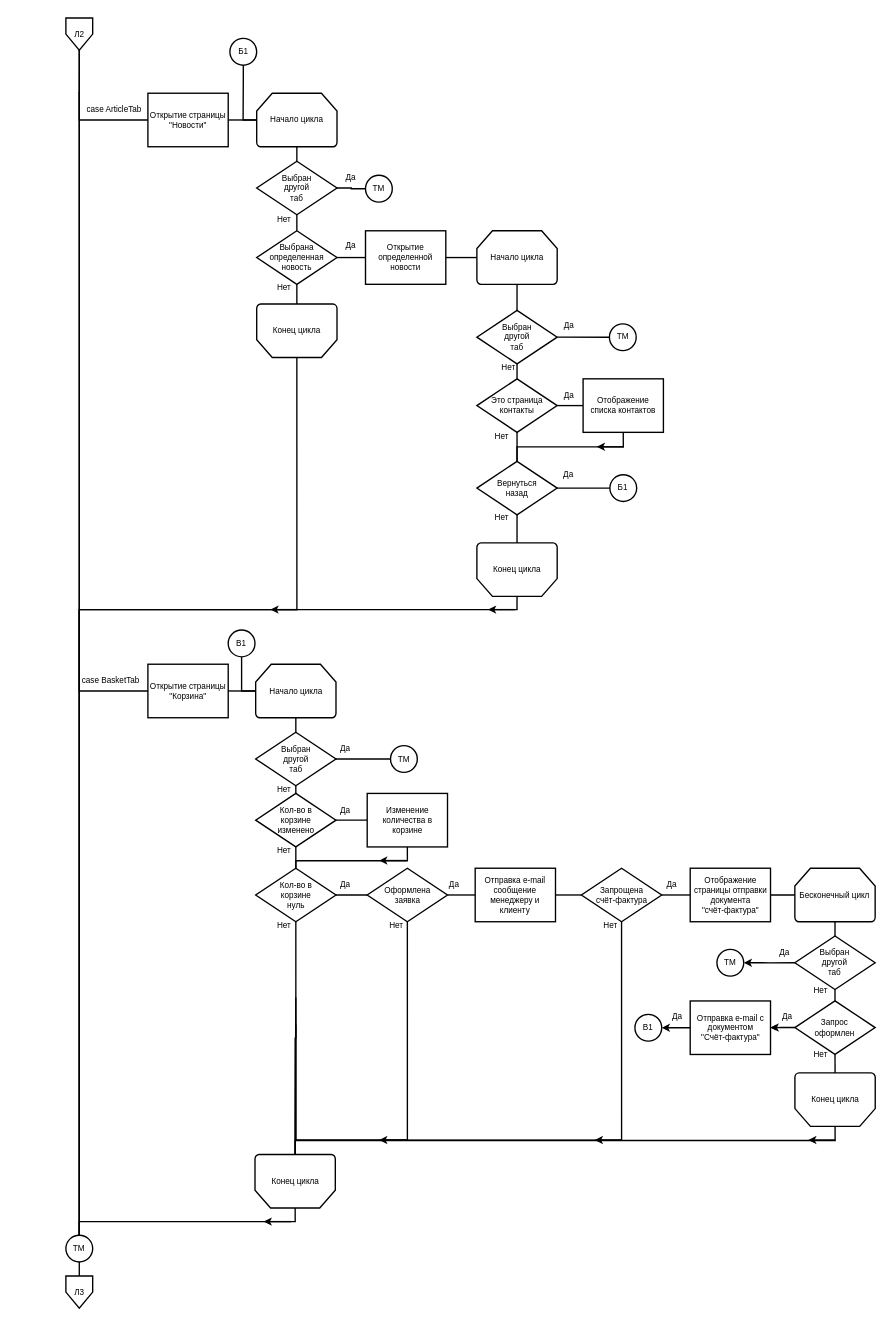
Earlier version of the draw.io diagram sources/images/98/a1-2.drawio (Pavel-Innokentevich-Galanin/dp_report). Source tidied: cells renumbered, new cells numbered last; positions are measured from the earlier drawing's top-left corner, leaving out a move shared by most shapes. Both pictures are drawn from the tidied source at 68%, with x=0, y=0 at pixel (65, 18).
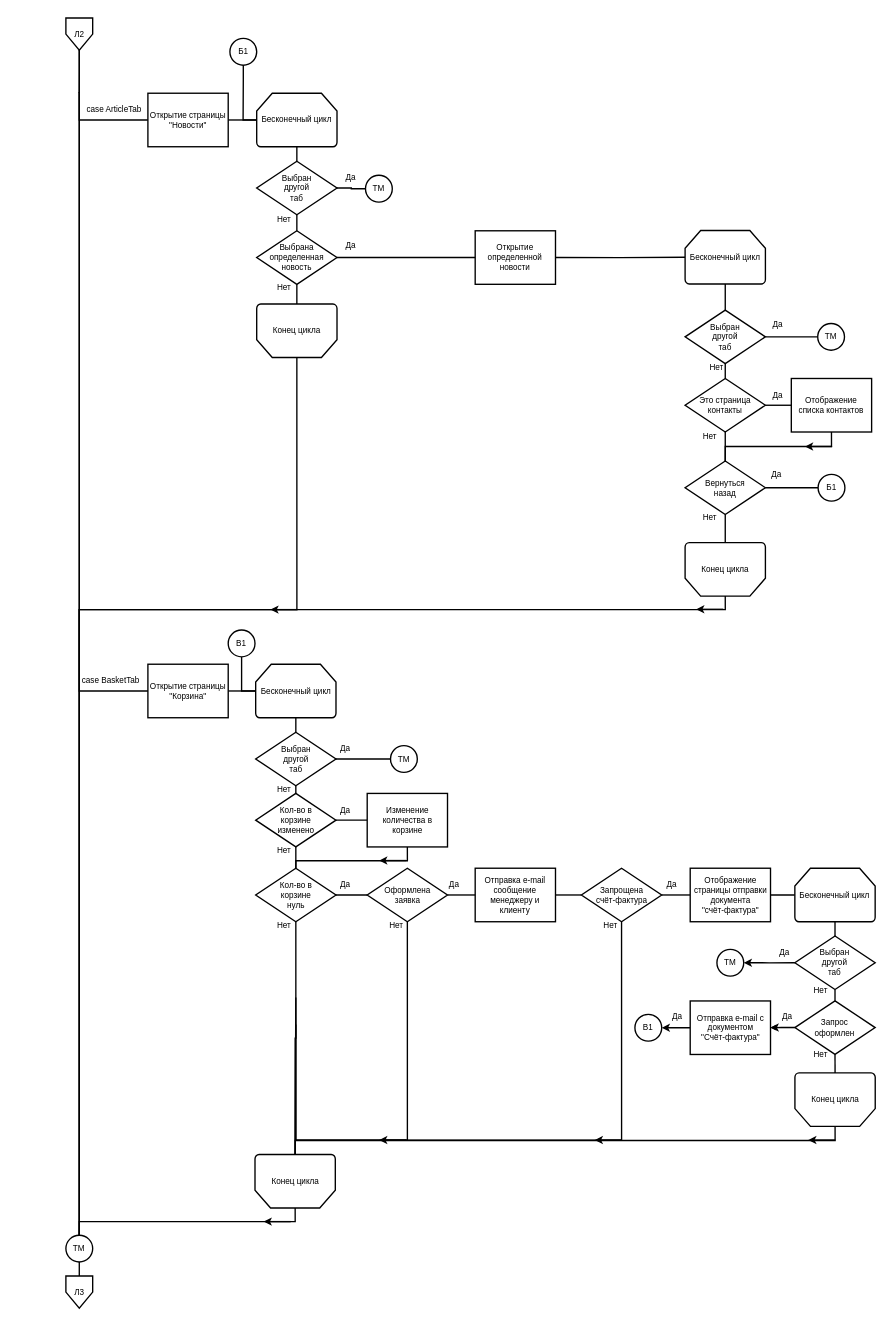
Above is the later version.

The change refers to these unchanged cells:
```xml
<mxCell id="11" value="TM" style="strokeWidth=2;html=1;shape=mxgraph.flowchart.start_2;whiteSpace=wrap;" parent="1" vertex="1">
  <mxGeometry x="0.4" y="1790" width="39.4" height="39.4" as="geometry" />
</mxCell>
```

What changed in the source:
```diff
@@
     <mxCell id="7" value="Открытие определенной новости" style="rounded=0;whiteSpace=wrap;html=1;absoluteArcSize=1;arcSize=14;strokeWidth=2;" parent="1" vertex="1">
-      <mxGeometry x="441" y="312.9" width="118.1" height="78.7" as="geometry" />
+      <mxGeometry x="602.3" y="312.9" width="118.1" height="78.7" as="geometry" />
     </mxCell>
     <mxCell id="8" style="edgeStyle=orthogonalEdgeStyle;rounded=0;jettySize=auto;html=1;exitX=0.5;exitY=0;exitDx=0;exitDy=0;exitPerimeter=0;entryX=0.5;entryY=0;entryDx=0;entryDy=0;entryPerimeter=0;strokeWidth=2;endArrow=none;endFill=0;" parent="1" edge="1" source="9" target="11">
       <mxGeometry relative="1" as="geometry">
         <Array as="points">
-          <mxPoint x="664" y="870" />
+          <mxPoint x="970" y="870" />
           <mxPoint x="20" y="870" />
         </Array>
       </mxGeometry>
     </mxCell>
     <mxCell id="9" value="Конец цикла" style="strokeWidth=2;html=1;shape=mxgraph.flowchart.loop_limit;whiteSpace=wrap;flipH=1;flipV=1;" parent="1" vertex="1">
-      <mxGeometry x="604.8" y="771.9" width="118.1" height="78.7" as="geometry" />
+      <mxGeometry x="911" y="771.4" width="118.1" height="78.7" as="geometry" />
     </mxCell>
@@
     <mxCell id="17" value="Это страница контакты" style="strokeWidth=2;html=1;shape=mxgraph.flowchart.decision;whiteSpace=wrap;" parent="1" vertex="1">
-      <mxGeometry x="604.8" y="530.6" width="118.1" height="78.7" as="geometry" />
+      <mxGeometry x="911" y="530.1" width="118.1" height="78.7" as="geometry" />
     </mxCell>
@@
     <mxCell id="19" value="Отображение списка контактов" style="rounded=0;whiteSpace=wrap;html=1;absoluteArcSize=1;arcSize=14;strokeWidth=2;" parent="1" vertex="1">
-      <mxGeometry x="761" y="530.6" width="118.1" height="78.7" as="geometry" />
+      <mxGeometry x="1067.2" y="530.1" width="118.1" height="78.7" as="geometry" />
     </mxCell>
@@
-    <mxCell id="40" value="Начало цикла" style="strokeWidth=2;html=1;shape=mxgraph.flowchart.loop_limit;whiteSpace=wrap;" parent="1" vertex="1">
+    <mxCell id="40" value="Бесконечный цикл" style="strokeWidth=2;html=1;shape=mxgraph.flowchart.loop_limit;whiteSpace=wrap;" parent="1" vertex="1">
       <mxGeometry x="281" y="110.6" width="118.1" height="78.7" as="geometry" />
     </mxCell>
@@
-    <mxCell id="48" value="Начало цикла" style="strokeWidth=2;html=1;shape=mxgraph.flowchart.loop_limit;whiteSpace=wrap;" parent="1" vertex="1">
-      <mxGeometry x="604.8" y="312.9" width="118.1" height="78.7" as="geometry" />
+    <mxCell id="48" value="Бесконечный цикл" style="strokeWidth=2;html=1;shape=mxgraph.flowchart.loop_limit;whiteSpace=wrap;" parent="1" vertex="1">
+      <mxGeometry x="911" y="312.4" width="118.1" height="78.7" as="geometry" />
     </mxCell>
@@
     <mxCell id="51" value="Выбран&lt;br&gt;другой&lt;br&gt;таб" style="strokeWidth=2;html=1;shape=mxgraph.flowchart.decision;whiteSpace=wrap;" parent="1" vertex="1">
-      <mxGeometry x="604.8" y="430" width="118.1" height="78.7" as="geometry" />
+      <mxGeometry x="911" y="429.5" width="118.1" height="78.7" as="geometry" />
     </mxCell>
     <mxCell id="52" value="TM" style="strokeWidth=2;html=1;shape=mxgraph.flowchart.start_2;whiteSpace=wrap;" parent="1" vertex="1">
-      <mxGeometry x="799.7" y="449.7" width="39.4" height="39.4" as="geometry" />
+      <mxGeometry x="1106" y="449.2" width="39.4" height="39.4" as="geometry" />
     </mxCell>
@@
     <mxCell id="55" value="Вернуться &lt;br&gt;назад" style="strokeWidth=2;html=1;shape=mxgraph.flowchart.decision;whiteSpace=wrap;" parent="1" vertex="1">
-      <mxGeometry x="604.8" y="651.9" width="118.1" height="78.7" as="geometry" />
+      <mxGeometry x="911" y="651.4" width="118.1" height="78.7" as="geometry" />
     </mxCell>
     <mxCell id="56" value="Б1" style="strokeWidth=2;html=1;shape=mxgraph.flowchart.start_2;whiteSpace=wrap;" parent="1" vertex="1">
-      <mxGeometry x="800.4" y="671.6" width="39.4" height="39.4" as="geometry" />
+      <mxGeometry x="1106.6" y="671.1" width="39.4" height="39.4" as="geometry" />
     </mxCell>
@@
     <mxCell id="63" value="Да" style="text;html=1;align=center;verticalAlign=middle;strokeColor=none;fillColor=none;" parent="1" vertex="1">
-      <mxGeometry x="720.4" y="436.6" width="40" height="30" as="geometry" />
+      <mxGeometry x="1026.6" y="436.1" width="40" height="30" as="geometry" />
     </mxCell>
     <mxCell id="64" value="Нет" style="text;html=1;align=center;verticalAlign=middle;strokeColor=none;fillColor=none;" parent="1" vertex="1">
-      <mxGeometry x="631" y="499.4" width="40" height="30" as="geometry" />
+      <mxGeometry x="937.2" y="498.8" width="40" height="30" as="geometry" />
     </mxCell>
     <mxCell id="65" value="Да" style="text;html=1;align=center;verticalAlign=middle;strokeColor=none;fillColor=none;" parent="1" vertex="1">
-      <mxGeometry x="720.4" y="540.6" width="40" height="30" as="geometry" />
+      <mxGeometry x="1026.6" y="540.1" width="40" height="30" as="geometry" />
     </mxCell>
     <mxCell id="66" value="Нет" style="text;html=1;align=center;verticalAlign=middle;strokeColor=none;fillColor=none;" parent="1" vertex="1">
-      <mxGeometry x="621" y="600.6" width="40" height="30" as="geometry" />
+      <mxGeometry x="927.2" y="600.1" width="40" height="30" as="geometry" />
     </mxCell>
     <mxCell id="67" style="endArrow=classic;html=1;rounded=0;strokeWidth=2;" parent="1" edge="1">
       <mxGeometry relative="1" as="geometry">
-        <mxPoint x="821" y="630.6" as="sourcePoint" />
-        <mxPoint x="781" y="630.6" as="targetPoint" />
+        <mxPoint x="1127.2" y="630.1" as="sourcePoint" />
+        <mxPoint x="1087.2" y="630.1" as="targetPoint" />
       </mxGeometry>
     </mxCell>
@@
     <mxCell id="70" style="endArrow=classic;html=1;rounded=0;strokeWidth=2;" parent="1" edge="1">
       <mxGeometry relative="1" as="geometry">
-        <mxPoint x="661" y="870" as="sourcePoint" />
-        <mxPoint x="621" y="870" as="targetPoint" />
+        <mxPoint x="967.2" y="869.5" as="sourcePoint" />
+        <mxPoint x="927.2" y="869.5" as="targetPoint" />
       </mxGeometry>
     </mxCell>
@@
-    <mxCell id="72" value="Начало цикла" style="strokeWidth=2;html=1;shape=mxgraph.flowchart.loop_limit;whiteSpace=wrap;" parent="1" vertex="1">
+    <mxCell id="72" value="Бесконечный цикл" style="strokeWidth=2;html=1;shape=mxgraph.flowchart.loop_limit;whiteSpace=wrap;" parent="1" vertex="1">
       <mxGeometry x="279.5" y="950.3" width="118.1" height="78.7" as="geometry" />
     </mxCell>
@@
     <mxCell id="105" value="Да" style="text;html=1;align=center;verticalAlign=middle;strokeColor=none;fillColor=none;" parent="1" vertex="1">
-      <mxGeometry x="718.5" y="657" width="40" height="30" as="geometry" />
+      <mxGeometry x="1024.7" y="656.5" width="40" height="30" as="geometry" />
     </mxCell>
     <mxCell id="106" value="Нет" style="text;html=1;align=center;verticalAlign=middle;strokeColor=none;fillColor=none;" parent="1" vertex="1">
-      <mxGeometry x="621" y="720" width="40" height="30" as="geometry" />
+      <mxGeometry x="927.2" y="719.5" width="40" height="30" as="geometry" />
     </mxCell>
@@
+    <mxCell id="124" style="rounded=0;whiteSpace=wrap;html=1;absoluteArcSize=1;arcSize=14;strokeWidth=2;strokeColor=none;fillColor=none;" parent="1" vertex="1">
+      <mxGeometry x="-79" y="-9" width="40" height="39" as="geometry" />
+    </mxCell>
```
